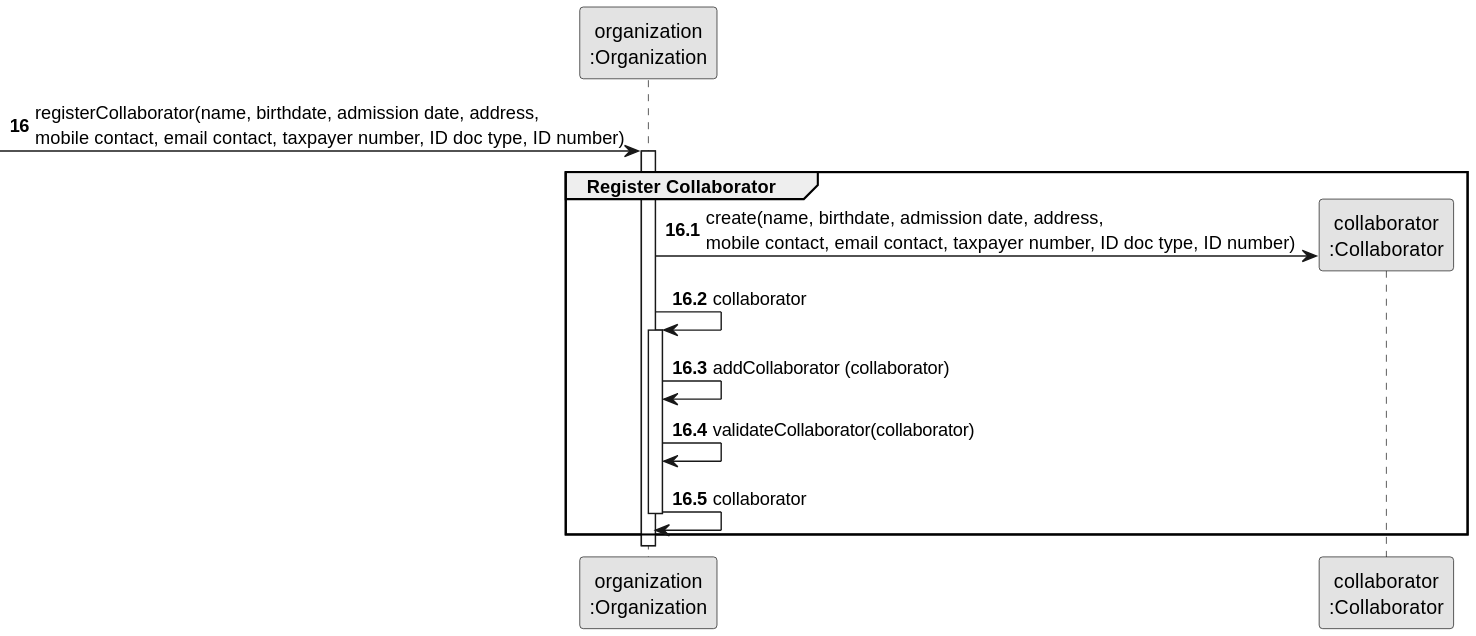
tiagosoa/lei-24-s2-1dgh-g073 keeps this PlantUML diagram as docs/sprint3/us003/03.design/svg/us003-sequence-diagram-partial-register-collaborator.svg. Above is the earlier version. The source it was exported from:
```plantuml
@startuml
skinparam monochrome true
skinparam packageStyle rectangle
skinparam shadowing false

participant "organization\n:Organization" as ORG
participant "collaborator\n:Collaborator" as COLABORADOR

autonumber 16
-> ORG: registerCollaborator(name, birthdate, admission date, address, \nmobile contact, email contact, taxpayer number, ID doc type, ID number)

autonumber 16.1
activate ORG
    group Register Collaborator

        ORG -> COLABORADOR**: create(name, birthdate, admission date, address, \nmobile contact, email contact, taxpayer number, ID doc type, ID number)
        ORG -> ORG : collaborator
        activate ORG
        ORG -> ORG: addCollaborator (collaborator)


        ORG -> ORG: validateCollaborator(collaborator)

       ORG -> ORG: collaborator
       deactivate ORG
    end
@enduml
```
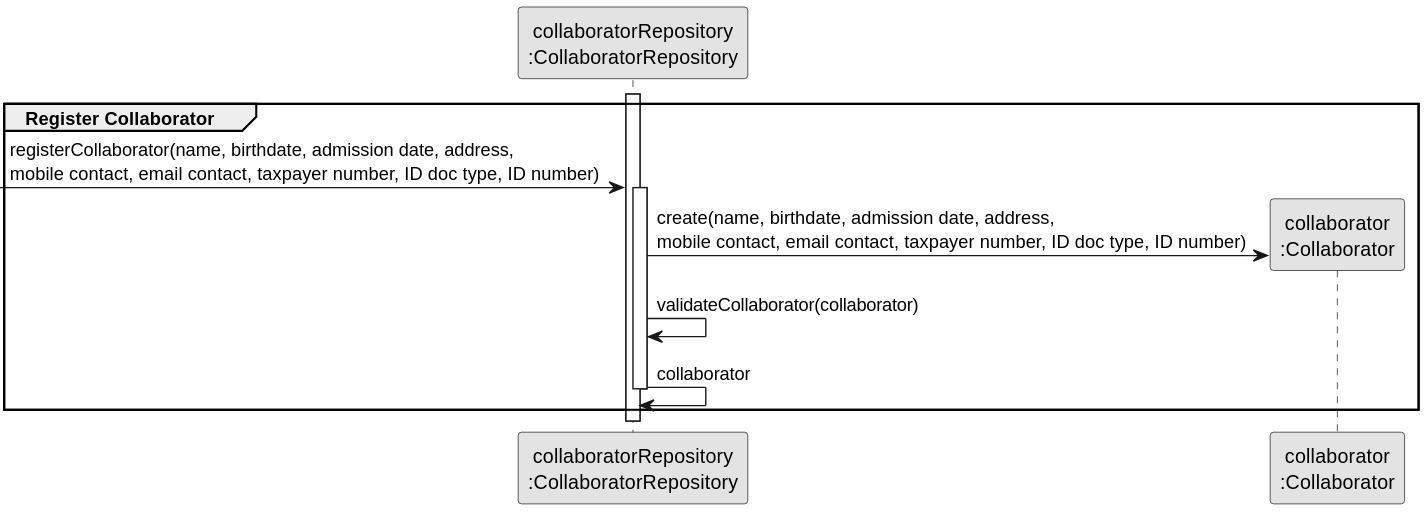
After the change.

The edit, as a diff of the source:
```diff
@@ -3,25 +3,20 @@
 skinparam packageStyle rectangle
 skinparam shadowing false
 
-participant "organization\n:Organization" as ORG
+participant "collaboratorRepository\n:CollaboratorRepository" as CR
 participant "collaborator\n:Collaborator" as COLABORADOR
 
-autonumber 16
--> ORG: registerCollaborator(name, birthdate, admission date, address, \nmobile contact, email contact, taxpayer number, ID doc type, ID number)
-
-autonumber 16.1
-activate ORG
+activate CR
     group Register Collaborator
 
-        ORG -> COLABORADOR**: create(name, birthdate, admission date, address, \nmobile contact, email contact, taxpayer number, ID doc type, ID number)
-        ORG -> ORG : collaborator
-        activate ORG
-        ORG -> ORG: addCollaborator (collaborator)
+                    -> CR: registerCollaborator(name, birthdate, admission date, address, \nmobile contact, email contact, taxpayer number, ID doc type, ID number)
+                    activate CR
 
+                                CR -> COLABORADOR**: create(name, birthdate, admission date, address, \nmobile contact, email contact, taxpayer number, ID doc type, ID number)
 
-        ORG -> ORG: validateCollaborator(collaborator)
+                                CR -> CR : validateCollaborator(collaborator)
 
-       ORG -> ORG: collaborator
-       deactivate ORG
+                                CR -> CR : collaborator
+       deactivate CR
     end
 @enduml
```
